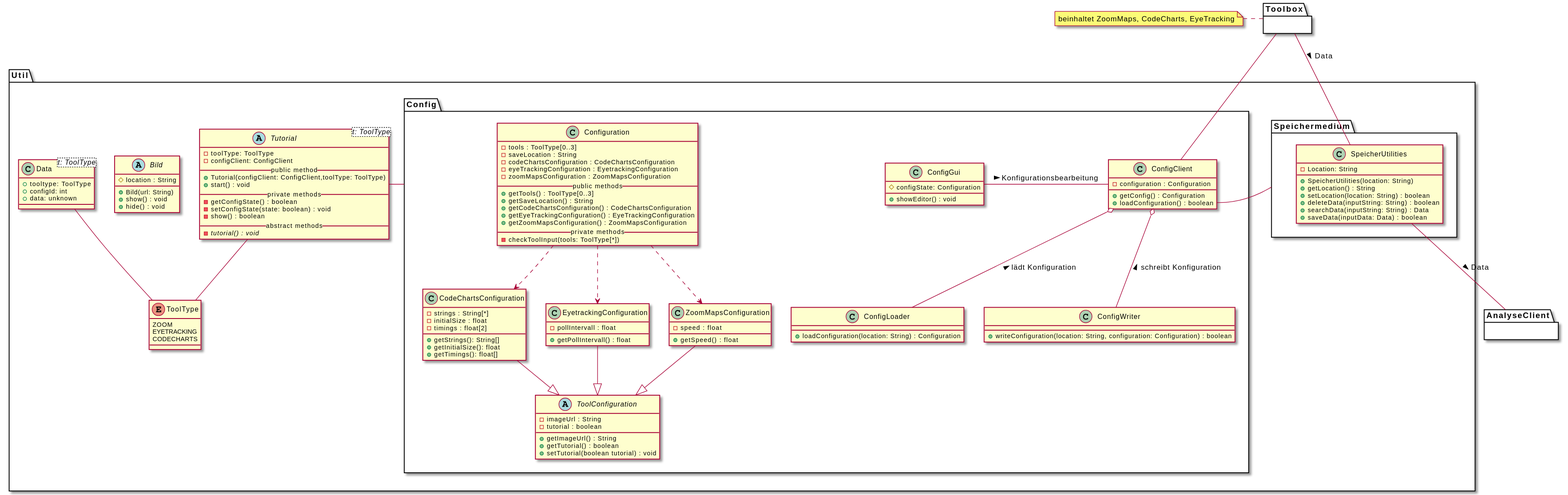
This is uml-class/util/util.svg from weichware-10/dokumente, a PlantUML export, as it was before one commit.
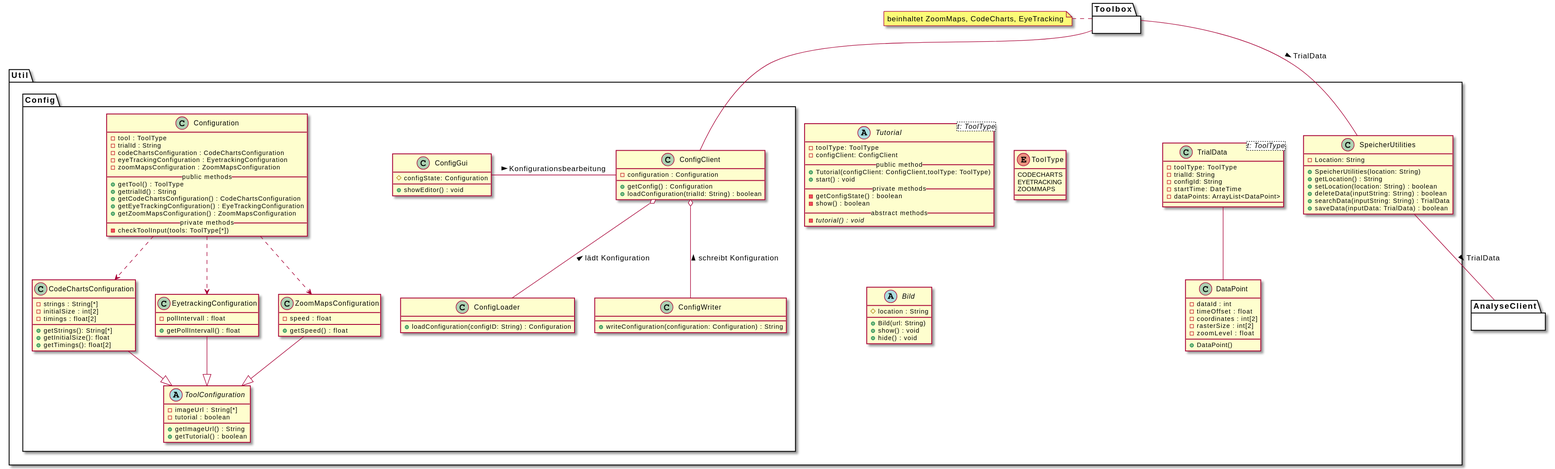
Later version of the same file.

Diff of the diagram source:
```diff
@@ -12,16 +12,15 @@
       + start() : void
       __private methods__
       - getConfigState() : boolean
-      - setConfigState(state: boolean) : void
       - show() : boolean
       __abstract methods__
       - {abstract} tutorial() : void
     }
 
     enum ToolType {
-        ZOOM
+        CODECHARTS
         EYETRACKING
-        CODECHARTS
+        ZOOMMAPS
     }
 
 
@@ -32,37 +31,55 @@
         + hide() : void
     }
 
-    class Data<t: ToolType> {
-        + tooltype: ToolType
-        + configId: int
-        + data: unknown
+
+    class "TrialData<t: ToolType>" as td {
+        - toolType: ToolType
+        - trialId: String
+        - configId: String
+        - startTime: DateTime
+        - dataPoints: ArrayList<DataPoint>
     }
+
+    class "DataPoint" as dp {
+        - dataId : int
+        - timeOffset : float
+        - coordinates : int[2]
+        - rasterSize : int[2]
+        - zoomLevel : float
+        + DataPoint()
+    }
+
+    note left of td::distanceToMonitor
+        EyeTracking
+    end note
+    td -- dp
+
 
     package Config {
         class ConfigClient {
             - configuration : Configuration
             + getConfig() : Configuration
-            + loadConfiguration() : boolean
+            + loadConfiguration(trialId: String) : boolean
         }
         class ConfigLoader {
-            + loadConfiguration(location: String) : Configuration
+            + loadConfiguration(configID: String) : Configuration
         }
         class ConfigWriter {
-            + writeConfiguration(location: String, configuration: Configuration) : boolean
+            + writeConfiguration(configuration: Configuration) : String
         }
         class ConfigGui {
             # configState: Configuration
             + showEditor() : void
         }
         class Configuration {
-            - tools : ToolType[0..3]
-            - saveLocation : String
+            - tool : ToolType
+            - trialId : String
             - codeChartsConfiguration : CodeChartsConfiguration
             - eyeTrackingConfiguration : EyetrackingConfiguration
             - zoomMapsConfiguration : ZoomMapsConfiguration
             __public methods__
-            + getTools() : ToolType[0..3]
-            + getSaveLocation() : String
+            + getTool() : ToolType
+            + gettrialId() : String
             + getCodeChartsConfiguration() : CodeChartsConfiguration
             + getEyeTrackingConfiguration() : EyeTrackingConfiguration
             + getZoomMapsConfiguration() : ZoomMapsConfiguration
@@ -71,11 +88,11 @@
         }
         class CodeChartsConfiguration {
             - strings : String[*]
-            - initialSize : float
+            - initialSize : int[2]
             - timings : float[2]
-            + getStrings(): String[]
+            + getStrings(): String[*]
             + getInitialSize(): float
-            + getTimings(): float[]
+            + getTimings(): float[2]
         }
         class EyetrackingConfiguration {
             - pollIntervall : float
@@ -86,11 +103,10 @@
             + getSpeed() : float
         }
         abstract ToolConfiguration {
-            - imageUrl : String
+            - imageUrl : String[*]
             - tutorial : boolean
             + getImageUrl() : String
             + getTutorial() : boolean
-            + setTutorial(boolean tutorial) : void
         }
 
 
@@ -109,26 +125,19 @@
         EyetrackingConfiguration --|> ToolConfiguration
     }
 
-    package Speichermedium {
-        class SpeicherUtilities {
-            - Location: String
-            + SpeicherUtilities(location: String)
-            + getLocation() : String
-            + setLocation(location: String) : boolean
-            + deleteData(inputString: String) : boolean
-            + searchData(inputString: String) : Data
-            + saveData(inputData: Data) : boolean
-        }
-
+    class SpeicherUtilities {
+        - Location: String
+        + SpeicherUtilities(location: String)
+        + getLocation() : String
+        + setLocation(location: String) : boolean
+        + deleteData(inputString: String) : boolean
+        + searchData(inputString: String) : TrialData
+        + saveData(inputData: TrialData) : boolean
     }
 
-    Tutorial -- ToolType
-    Data -- ToolType
-    Tutorial -r- Config
-    ConfigClient -r- Speichermedium
 
 }
 ConfigClient -u- Toolbox
-SpeicherUtilities -- Toolbox : < Data
-SpeicherUtilities -- AnalyseClient : > Data
+SpeicherUtilities -- Toolbox : < TrialData
+SpeicherUtilities -- AnalyseClient : > TrialData
 @enduml
```
